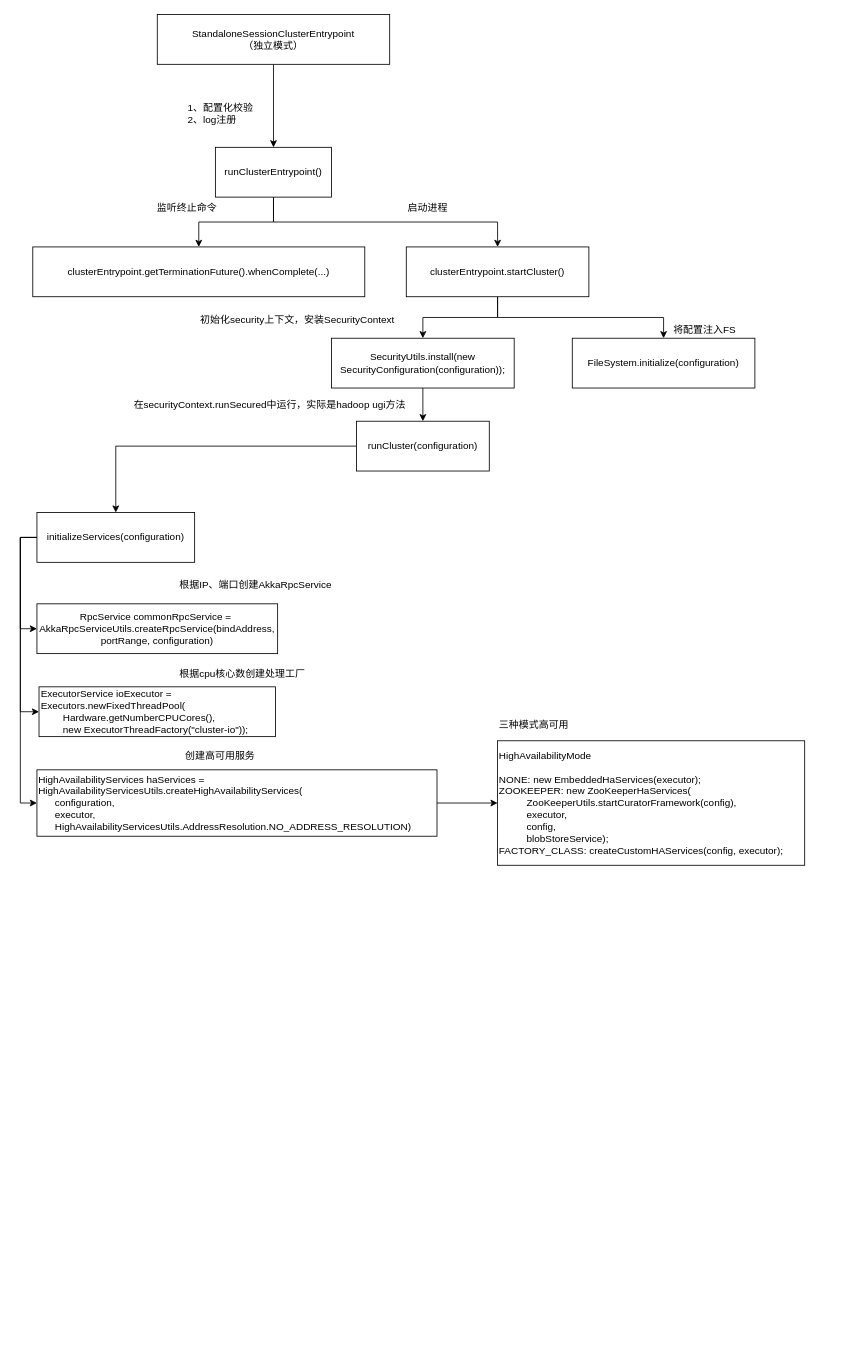
Above: flink-runtime/flink-runtime.drawio in yeweicheng/flink (draw.io), before the change. Source tidied: cells renumbered, new cells numbered last; positions are measured from the earlier drawing's top-left corner, leaving out a move shared by most shapes. Both pictures are drawn from the tidied source at 83%, with x=0, y=0 at pixel (32, 14).
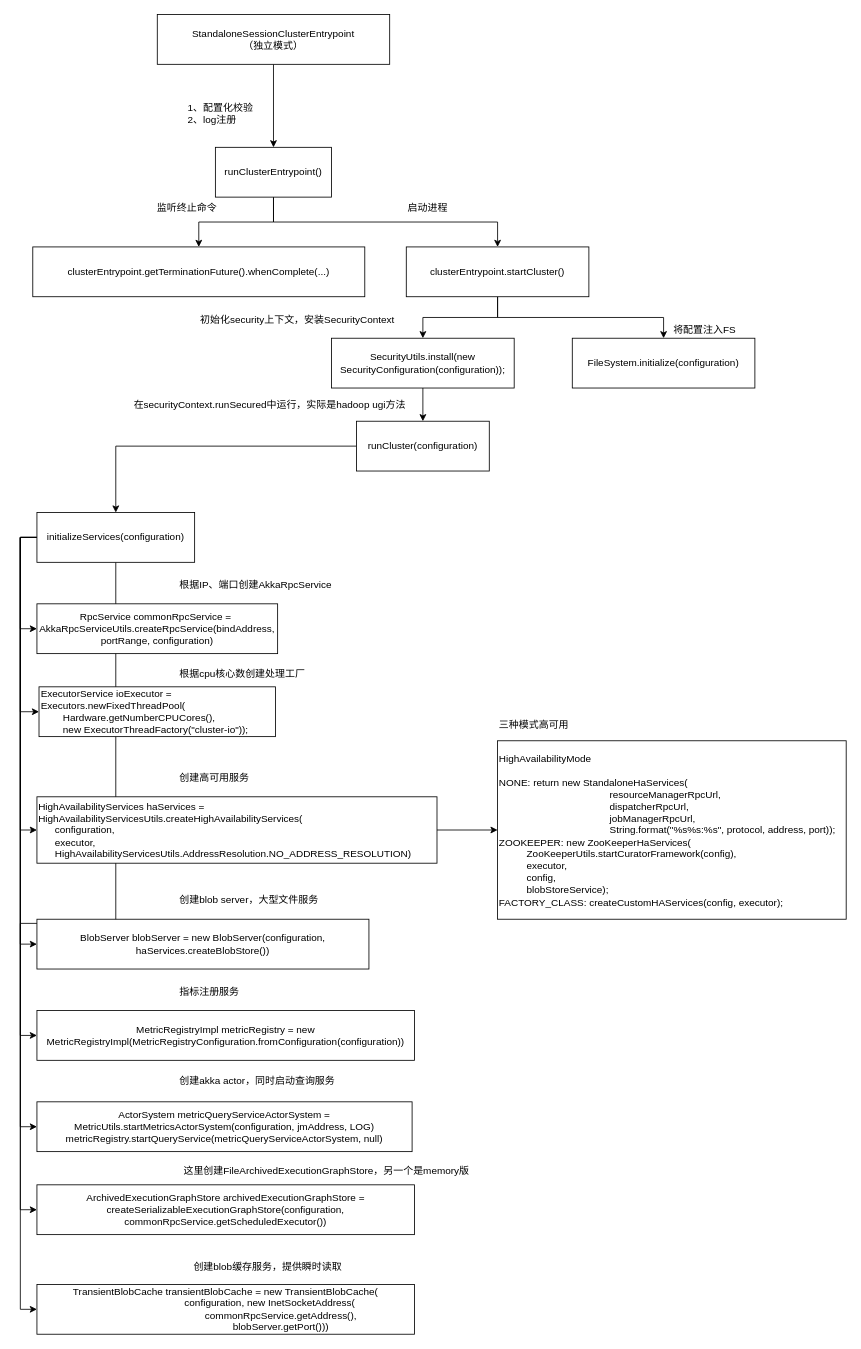
The same page after the edit.

The change refers to these unchanged cells:
```xml
<mxCell id="26" value="initializeServices(configuration)" style="rounded=0;whiteSpace=wrap;html=1;labelBackgroundColor=none;fontSize=12;" parent="1" vertex="1">
  <mxGeometry x="5" y="600" width="190" height="60" as="geometry" />
</mxCell>
```

Diff of the diagram source:
```diff
@@
+    <mxCell id="36" style="edgeStyle=orthogonalEdgeStyle;rounded=0;jettySize=auto;html=1;entryX=0;entryY=0.5;entryDx=0;entryDy=0;exitX=0;exitY=0.5;exitDx=0;exitDy=0;" parent="1" edge="1" source="26" target="41">
+      <mxGeometry relative="1" as="geometry" />
+    </mxCell>
+    <mxCell id="37" style="edgeStyle=orthogonalEdgeStyle;rounded=0;jettySize=auto;html=1;entryX=0;entryY=0.5;entryDx=0;entryDy=0;exitX=0;exitY=0.5;exitDx=0;exitDy=0;" parent="1" edge="1" source="26" target="43">
+      <mxGeometry relative="1" as="geometry" />
+    </mxCell>
+    <mxCell id="38" style="edgeStyle=orthogonalEdgeStyle;rounded=0;jettySize=auto;html=1;entryX=0;entryY=0.5;entryDx=0;entryDy=0;exitX=0;exitY=0.5;exitDx=0;exitDy=0;" parent="1" edge="1" source="26" target="45">
+      <mxGeometry relative="1" as="geometry" />
+    </mxCell>
+    <mxCell id="39" style="edgeStyle=orthogonalEdgeStyle;rounded=0;jettySize=auto;html=1;entryX=0;entryY=0.5;entryDx=0;entryDy=0;exitX=0;exitY=0.5;exitDx=0;exitDy=0;" parent="1" edge="1" source="26" target="47">
+      <mxGeometry relative="1" as="geometry" />
+    </mxCell>
+    <mxCell id="40" style="edgeStyle=orthogonalEdgeStyle;rounded=0;jettySize=auto;html=1;entryX=0;entryY=0.5;entryDx=0;entryDy=0;" parent="1" edge="1" source="26" target="49">
+      <mxGeometry relative="1" as="geometry" />
+    </mxCell>
@@
     <mxCell id="32" value="&lt;div&gt;HighAvailabilityServices haServices = HighAvailabilityServicesUtils.createHighAvailabilityServices(&lt;/div&gt;&lt;div&gt;&amp;nbsp; &amp;nbsp; &amp;nbsp; configuration,&lt;/div&gt;&lt;div&gt;&amp;nbsp; &amp;nbsp; &amp;nbsp; executor,&lt;/div&gt;&lt;div&gt;&amp;nbsp; &amp;nbsp; &amp;nbsp; HighAvailabilityServicesUtils.AddressResolution.NO_ADDRESS_RESOLUTION)&lt;/div&gt;" style="rounded=0;whiteSpace=wrap;html=1;labelBackgroundColor=none;fontSize=12;align=left;" parent="1" vertex="1">
-      <mxGeometry x="5" y="910" width="482" height="80" as="geometry" />
+      <mxGeometry x="5" y="942.5" width="482" height="80" as="geometry" />
     </mxCell>
-    <mxCell id="33" value="&lt;div&gt;HighAvailabilityMode&lt;/div&gt;&lt;div&gt;&lt;br&gt;&lt;/div&gt;&lt;div&gt;NONE: new EmbeddedHaServices(executor);&lt;/div&gt;&lt;div&gt;ZOOKEEPER: new ZooKeeperHaServices(&lt;/div&gt;&lt;div&gt;&amp;nbsp; &amp;nbsp; &amp;nbsp; &amp;nbsp; &amp;nbsp; ZooKeeperUtils.startCuratorFramework(config),&lt;/div&gt;&lt;div&gt;&amp;nbsp; &amp;nbsp; &amp;nbsp; &amp;nbsp; &amp;nbsp; executor,&lt;/div&gt;&lt;div&gt;&amp;nbsp; &amp;nbsp; &amp;nbsp; &amp;nbsp; &amp;nbsp; config,&lt;/div&gt;&lt;div&gt;&amp;nbsp; &amp;nbsp; &amp;nbsp; &amp;nbsp; &amp;nbsp; blobStoreService);&lt;/div&gt;&lt;div&gt;FACTORY_CLASS: createCustomHAServices(config, executor);&lt;/div&gt;" style="rounded=0;whiteSpace=wrap;html=1;labelBackgroundColor=none;fontSize=12;align=left;" parent="1" vertex="1">
-      <mxGeometry x="560" y="875" width="370" height="150" as="geometry" />
+    <mxCell id="33" value="&lt;div&gt;HighAvailabilityMode&lt;/div&gt;&lt;div&gt;&lt;br&gt;&lt;/div&gt;&lt;div&gt;NONE:&amp;nbsp;&lt;span&gt;return new StandaloneHaServices(&lt;/span&gt;&lt;/div&gt;&lt;div&gt;&lt;span style=&quot;white-space: pre&quot;&gt;&#9;&#9;&#9;&#9;&#9;&lt;/span&gt;resourceManagerRpcUrl,&lt;/div&gt;&lt;div&gt;&lt;span style=&quot;white-space: pre&quot;&gt;&#9;&#9;&#9;&#9;&#9;&lt;/span&gt;dispatcherRpcUrl,&lt;/div&gt;&lt;div&gt;&lt;span style=&quot;white-space: pre&quot;&gt;&#9;&#9;&#9;&#9;&#9;&lt;/span&gt;jobManagerRpcUrl,&lt;/div&gt;&lt;div&gt;&lt;span style=&quot;white-space: pre&quot;&gt;&#9;&#9;&#9;&#9;&#9;&lt;/span&gt;String.format(&quot;%s%s:%s&quot;, protocol, address, port));&lt;/div&gt;&lt;div&gt;ZOOKEEPER: new ZooKeeperHaServices(&lt;/div&gt;&lt;div&gt;&amp;nbsp; &amp;nbsp; &amp;nbsp; &amp;nbsp; &amp;nbsp; ZooKeeperUtils.startCuratorFramework(config),&lt;/div&gt;&lt;div&gt;&amp;nbsp; &amp;nbsp; &amp;nbsp; &amp;nbsp; &amp;nbsp; executor,&lt;/div&gt;&lt;div&gt;&amp;nbsp; &amp;nbsp; &amp;nbsp; &amp;nbsp; &amp;nbsp; config,&lt;/div&gt;&lt;div&gt;&amp;nbsp; &amp;nbsp; &amp;nbsp; &amp;nbsp; &amp;nbsp; blobStoreService);&lt;/div&gt;&lt;div&gt;FACTORY_CLASS: createCustomHAServices(config, executor);&lt;/div&gt;" style="rounded=0;whiteSpace=wrap;html=1;labelBackgroundColor=none;fontSize=12;align=left;" parent="1" vertex="1">
+      <mxGeometry x="560" y="875" width="420" height="215" as="geometry" />
     </mxCell>
     <mxCell id="34" value="创建高可用服务" style="text;html=1;align=left;verticalAlign=top;spacingTop=-4;fontSize=12;" parent="1" vertex="1">
-      <mxGeometry x="182" y="884" width="100" height="20" as="geometry" />
+      <mxGeometry x="175" y="910" width="100" height="20" as="geometry" />
     </mxCell>
@@
+    <mxCell id="41" value="BlobServer blobServer = new BlobServer(configuration, haServices.createBlobStore())" style="rounded=0;whiteSpace=wrap;html=1;" parent="1" vertex="1">
+      <mxGeometry x="5" y="1090" width="400" height="60" as="geometry" />
+    </mxCell>
+    <mxCell id="42" value="创建blob server，大型文件服务" style="text;html=1;align=left;verticalAlign=top;spacingTop=-4;" parent="1" vertex="1">
+      <mxGeometry x="175" y="1057" width="180" height="20" as="geometry" />
+    </mxCell>
+    <mxCell id="43" value="MetricRegistryImpl metricRegistry = new MetricRegistryImpl(MetricRegistryConfiguration.fromConfiguration(configuration))" style="rounded=0;whiteSpace=wrap;html=1;" parent="1" vertex="1">
+      <mxGeometry x="5" y="1200" width="455" height="60" as="geometry" />
+    </mxCell>
+    <mxCell id="44" value="指标注册服务" style="text;html=1;align=left;verticalAlign=top;spacingTop=-4;" parent="1" vertex="1">
+      <mxGeometry x="175" y="1168" width="90" height="20" as="geometry" />
+    </mxCell>
+    <mxCell id="45" value="&lt;div&gt;ActorSystem metricQueryServiceActorSystem = MetricUtils.startMetricsActorSystem(configuration, jmAddress, LOG)&lt;/div&gt;&lt;div&gt;metricRegistry.startQueryService(metricQueryServiceActorSystem, null)&lt;/div&gt;" style="rounded=0;whiteSpace=wrap;html=1;" parent="1" vertex="1">
+      <mxGeometry x="5" y="1310" width="452" height="60" as="geometry" />
+    </mxCell>
+    <mxCell id="46" value="创建akka actor，同时启动查询服务" style="text;html=1;align=left;verticalAlign=top;spacingTop=-4;" parent="1" vertex="1">
+      <mxGeometry x="175" y="1275" width="200" height="20" as="geometry" />
+    </mxCell>
+    <mxCell id="47" value="ArchivedExecutionGraphStore archivedExecutionGraphStore = createSerializableExecutionGraphStore(configuration, commonRpcService.getScheduledExecutor())" style="rounded=0;whiteSpace=wrap;html=1;" parent="1" vertex="1">
+      <mxGeometry x="5" y="1410" width="455" height="60" as="geometry" />
+    </mxCell>
+    <mxCell id="48" value="这里创建FileArchivedExecutionGraphStore，另一个是memory版" style="text;html=1;align=left;verticalAlign=top;spacingTop=-4;" parent="1" vertex="1">
+      <mxGeometry x="180" y="1384" width="360" height="20" as="geometry" />
+    </mxCell>
+    <mxCell id="49" value="&lt;div&gt;TransientBlobCache transientBlobCache = new TransientBlobCache(&lt;/div&gt;&lt;div&gt;&lt;span style=&quot;white-space: pre&quot;&gt;&#9;&#9;&#9;&#9;&lt;/span&gt;configuration, new InetSocketAddress(&lt;/div&gt;&lt;div&gt;&lt;span style=&quot;white-space: pre&quot;&gt;&#9;&#9;&#9;&#9;&#9;&lt;/span&gt;commonRpcService.getAddress(),&lt;/div&gt;&lt;div&gt;&lt;span style=&quot;white-space: pre&quot;&gt;&#9;&#9;&#9;&#9;&#9;&lt;/span&gt;blobServer.getPort()))&lt;/div&gt;" style="rounded=0;whiteSpace=wrap;html=1;" parent="1" vertex="1">
+      <mxGeometry x="5" y="1530" width="455" height="60" as="geometry" />
+    </mxCell>
+    <mxCell id="50" value="创建blob缓存服务，提供瞬时读取" style="text;html=1;align=left;verticalAlign=top;spacingTop=-4;" parent="1" vertex="1">
+      <mxGeometry x="192" y="1499" width="190" height="20" as="geometry" />
+    </mxCell>
```
